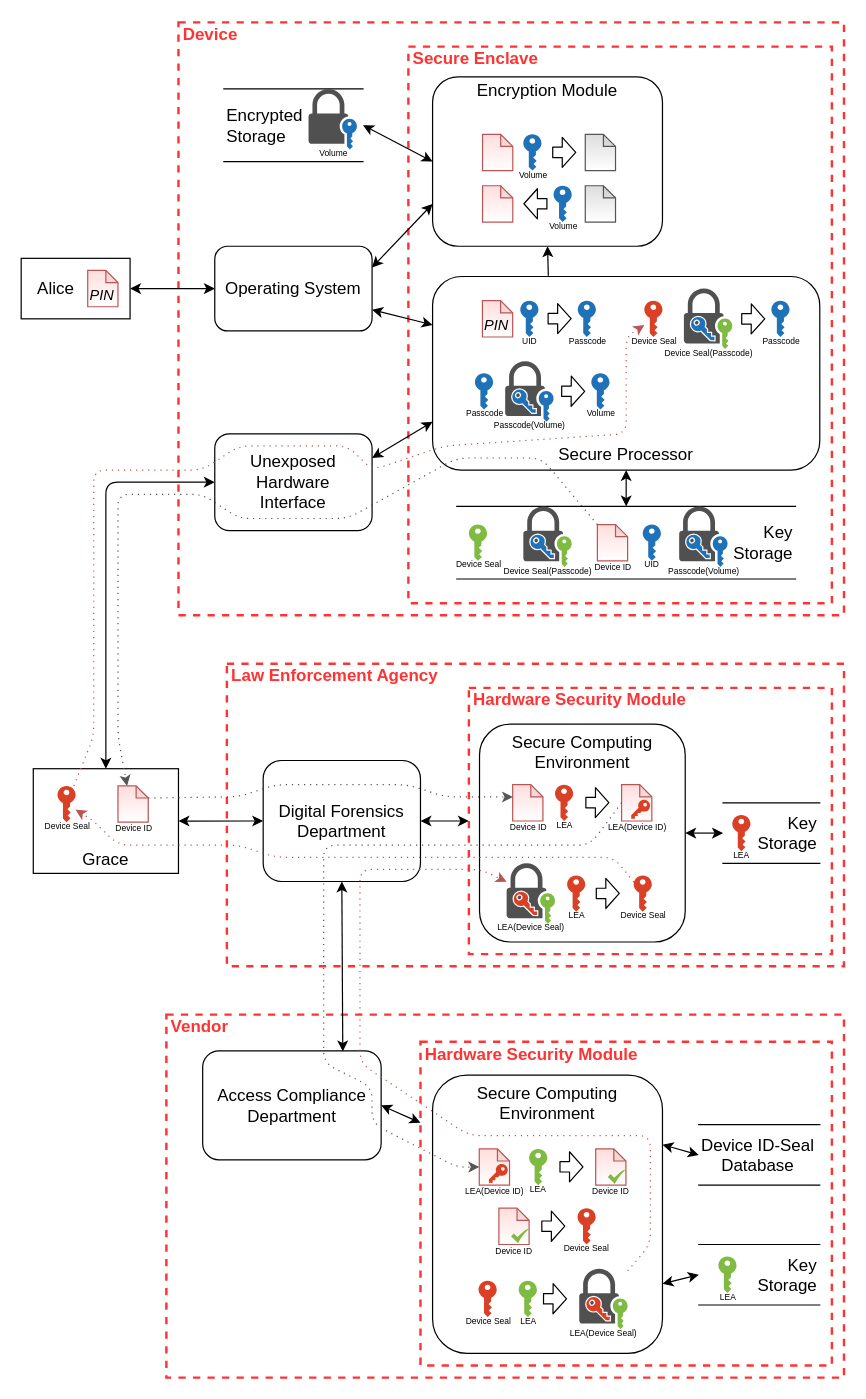
Earlier version of the draw.io diagram dfds/DAR-level-1-crypto-iphone-LDAMSR.drawio (kkredit/confronting-wicked-crypto). Source tidied: cells renumbered, new cells numbered last; positions are measured from the earlier drawing's top-left corner, leaving out a move shared by most shapes. Both pictures are drawn from the tidied source at 121%, with x=0, y=0 at pixel (21, 22).
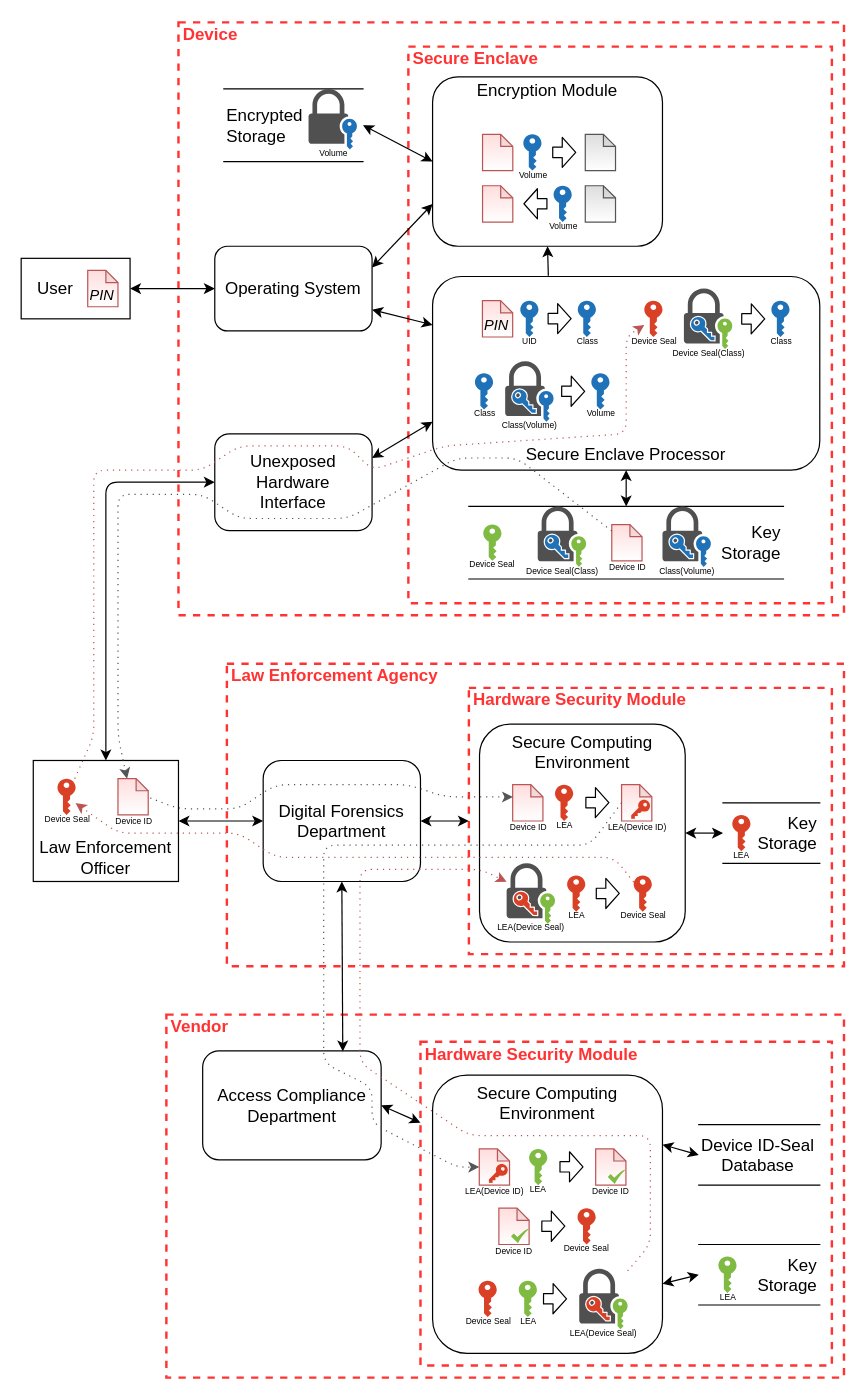
Above is the later version.

Unchanged cells that the change refers to:
```xml
<mxCell id="32" style="group;" parent="1" vertex="1">
  <mxGeometry x="400" y="280" width="40" height="50" as="geometry" />
</mxCell>
<mxCell id="65" style="group;" parent="1" vertex="1">
  <mxGeometry x="547.7" y="220" width="40" height="50" as="geometry" />
</mxCell>
<mxCell id="83" value="&lt;span style=&quot;font-size: 7px&quot;&gt;Device ID&lt;br&gt;&lt;/span&gt;" style="shape=note;html=1;backgroundOutline=1;darkOpacity=0.05;size=10;labelPosition=center;verticalLabelPosition=bottom;align=center;verticalAlign=top;spacingTop=-10;gradientColor=#ffffff;fillColor=#FFDDDD;strokeColor=#BB5555;" parent="1" vertex="1">
  <mxGeometry x="406.2" y="630" width="25" height="30" as="geometry" />
</mxCell>
<mxCell id="110" value="&lt;font style=&quot;font-size: 7px&quot;&gt;Device Seal&lt;br&gt;&lt;/font&gt;" style="shadow=0;dashed=0;html=1;strokeColor=none;labelPosition=center;verticalLabelPosition=bottom;verticalAlign=top;outlineConnect=0;align=center;shape=mxgraph.office.security.key_permissions;fontSize=12;spacing=0;spacingTop=-10;dashPattern=1 4;labelBackgroundColor=none;fillColor=#DA4026;" parent="1" vertex="1">
  <mxGeometry x="506.2" y="705" width="15" height="30" as="geometry" />
</mxCell>
```

The edit, as a diff of the source:
```diff
@@
     <mxCell id="9" value="&lt;blockquote style=&quot;margin: 0 0 0 40px ; border: none ; padding: 0px&quot;&gt;&lt;/blockquote&gt;&lt;span style=&quot;font-size: 14px&quot;&gt;Key&lt;/span&gt;&lt;br&gt;&lt;font style=&quot;font-size: 14px&quot;&gt;Storage&lt;/font&gt;" style="shape=partialRectangle;whiteSpace=wrap;html=1;left=0;right=0;fillColor=none;align=right;" parent="1" vertex="1">
-      <mxGeometry x="360" y="400" width="280" height="60" as="geometry" />
+      <mxGeometry x="370" y="400" width="260" height="60" as="geometry" />
     </mxCell>
-    <mxCell id="10" value="&lt;font style=&quot;font-size: 14px&quot;&gt;&amp;nbsp; &amp;nbsp;Alice&lt;/font&gt;" style="rounded=0;whiteSpace=wrap;html=1;align=left;" parent="1" vertex="1">
+    <mxCell id="10" value="&lt;font style=&quot;font-size: 14px&quot;&gt;&amp;nbsp; &amp;nbsp;User&lt;/font&gt;" style="rounded=0;whiteSpace=wrap;html=1;align=left;" parent="1" vertex="1">
       <mxGeometry y="195" width="90" height="50" as="geometry" />
     </mxCell>
@@
-    <mxCell id="19" value="&lt;font style=&quot;font-size: 7px&quot;&gt;UID&lt;br&gt;&lt;/font&gt;" style="shadow=0;dashed=0;html=1;strokeColor=none;labelPosition=center;verticalLabelPosition=bottom;verticalAlign=top;align=center;shape=mxgraph.office.security.key_permissions;fillColor=#2072B8;fontSize=12;spacing=0;spacingTop=-10;dashPattern=1 4;labelBackgroundColor=none;" parent="1" vertex="1">
-      <mxGeometry x="513.7" y="415" width="15" height="30" as="geometry" />
-    </mxCell>
     <mxCell id="20" style="group;" parent="1" vertex="1">
-      <mxGeometry x="543.8" y="400" width="40" height="50" as="geometry" />
+      <mxGeometry x="530" y="400" width="40" height="50" as="geometry" />
     </mxCell>
-    <mxCell id="21" value="&lt;font style=&quot;font-size: 7px&quot;&gt;Passcode(Volume)&lt;/font&gt;" style="shadow=0;dashed=0;html=1;strokeColor=none;fillColor=#505050;labelPosition=center;verticalLabelPosition=bottom;verticalAlign=top;align=center;shape=mxgraph.office.security.lock_with_key_security_blue;fontSize=12;dashPattern=1 4;labelBackgroundColor=none;spacing=0;spacingTop=-10;" parent="20" vertex="1">
+    <mxCell id="21" value="&lt;font style=&quot;font-size: 7px&quot;&gt;Class(Volume)&lt;/font&gt;" style="shadow=0;dashed=0;html=1;strokeColor=none;fillColor=#505050;labelPosition=center;verticalLabelPosition=bottom;verticalAlign=top;align=center;shape=mxgraph.office.security.lock_with_key_security_blue;fontSize=12;dashPattern=1 4;labelBackgroundColor=none;spacing=0;spacingTop=-10;" parent="20" vertex="1">
       <mxGeometry width="40" height="50" as="geometry" />
     </mxCell>
@@
-    <mxCell id="23" value="&lt;font style=&quot;font-size: 14px&quot;&gt;&lt;br&gt;&lt;br&gt;&lt;br&gt;&lt;br&gt;&lt;br&gt;&lt;br&gt;&lt;br&gt;&lt;br&gt;Secure Processor&lt;/font&gt;" style="rounded=1;whiteSpace=wrap;html=1;align=center;labelPosition=center;verticalLabelPosition=middle;verticalAlign=middle;" parent="1" vertex="1">
+    <mxCell id="23" value="&lt;font style=&quot;font-size: 14px&quot;&gt;&lt;br&gt;&lt;br&gt;&lt;br&gt;&lt;br&gt;&lt;br&gt;&lt;br&gt;&lt;br&gt;&lt;br&gt;Secure Enclave Processor&lt;/font&gt;" style="rounded=1;whiteSpace=wrap;html=1;align=center;labelPosition=center;verticalLabelPosition=middle;verticalAlign=middle;" parent="1" vertex="1">
       <mxGeometry x="340" y="210" width="320" height="160" as="geometry" />
     </mxCell>
@@
-    <mxCell id="29" value="&lt;font style=&quot;font-size: 7px&quot;&gt;Passcode&lt;br&gt;&lt;/font&gt;" style="shadow=0;dashed=0;html=1;strokeColor=none;labelPosition=center;verticalLabelPosition=bottom;verticalAlign=top;align=center;shape=mxgraph.office.security.key_permissions;fillColor=#2072B8;fontSize=12;spacing=0;spacingTop=-10;dashPattern=1 4;labelBackgroundColor=none;" parent="1" vertex="1">
+    <mxCell id="29" value="&lt;font style=&quot;font-size: 7px&quot;&gt;Class&lt;br&gt;&lt;/font&gt;" style="shadow=0;dashed=0;html=1;strokeColor=none;labelPosition=center;verticalLabelPosition=bottom;verticalAlign=top;align=center;shape=mxgraph.office.security.key_permissions;fillColor=#2072B8;fontSize=12;spacing=0;spacingTop=-10;dashPattern=1 4;labelBackgroundColor=none;" parent="1" vertex="1">
       <mxGeometry x="460" y="230" width="15" height="30" as="geometry" />
     </mxCell>
@@
-    <mxCell id="31" value="&lt;font style=&quot;font-size: 7px&quot;&gt;Passcode&lt;br&gt;&lt;/font&gt;" style="shadow=0;dashed=0;html=1;strokeColor=none;labelPosition=center;verticalLabelPosition=bottom;verticalAlign=top;align=center;shape=mxgraph.office.security.key_permissions;fillColor=#2072B8;fontSize=12;spacing=0;spacingTop=-10;dashPattern=1 4;labelBackgroundColor=none;" parent="1" vertex="1">
+    <mxCell id="31" value="&lt;font style=&quot;font-size: 7px&quot;&gt;Class&lt;br&gt;&lt;/font&gt;" style="shadow=0;dashed=0;html=1;strokeColor=none;labelPosition=center;verticalLabelPosition=bottom;verticalAlign=top;align=center;shape=mxgraph.office.security.key_permissions;fillColor=#2072B8;fontSize=12;spacing=0;spacingTop=-10;dashPattern=1 4;labelBackgroundColor=none;" parent="1" vertex="1">
       <mxGeometry x="375" y="290" width="15" height="30" as="geometry" />
     </mxCell>
@@
-    <mxCell id="33" value="&lt;font style=&quot;font-size: 7px&quot;&gt;Passcode(Volume)&lt;/font&gt;" style="shadow=0;dashed=0;html=1;strokeColor=none;fillColor=#505050;labelPosition=center;verticalLabelPosition=bottom;verticalAlign=top;align=center;shape=mxgraph.office.security.lock_with_key_security_blue;fontSize=12;dashPattern=1 4;labelBackgroundColor=none;spacing=0;spacingTop=-10;" parent="32" vertex="1">
+    <mxCell id="33" value="&lt;font style=&quot;font-size: 7px&quot;&gt;Class(Volume)&lt;/font&gt;" style="shadow=0;dashed=0;html=1;strokeColor=none;fillColor=#505050;labelPosition=center;verticalLabelPosition=bottom;verticalAlign=top;align=center;shape=mxgraph.office.security.lock_with_key_security_blue;fontSize=12;dashPattern=1 4;labelBackgroundColor=none;spacing=0;spacingTop=-10;" parent="32" vertex="1">
       <mxGeometry width="40" height="50" as="geometry" />
     </mxCell>
@@
-    <mxCell id="48" value="&lt;span style=&quot;font-size: 14px&quot;&gt;Grace&lt;br&gt;&lt;/span&gt;" style="rounded=0;whiteSpace=wrap;html=1;align=center;verticalAlign=bottom;" parent="1" vertex="1">
-      <mxGeometry x="10" y="616.8" width="120" height="86.5" as="geometry" />
+    <mxCell id="48" value="&lt;span style=&quot;font-size: 14px&quot;&gt;Law Enforcement Officer&lt;br&gt;&lt;/span&gt;" style="rounded=0;whiteSpace=wrap;html=1;align=center;verticalAlign=bottom;" parent="1" vertex="1">
+      <mxGeometry x="10" y="610" width="120" height="100" as="geometry" />
     </mxCell>
@@
     <mxCell id="56" value="&lt;span style=&quot;font-size: 7px&quot;&gt;Device ID&lt;br&gt;&lt;/span&gt;" style="shape=note;html=1;backgroundOutline=1;darkOpacity=0.05;size=10;labelPosition=center;verticalLabelPosition=bottom;align=center;verticalAlign=top;spacingTop=-10;gradientColor=#ffffff;fillColor=#FFDDDD;strokeColor=#BB5555;" parent="1" vertex="1">
-      <mxGeometry x="476.2" y="415" width="25" height="30" as="geometry" />
+      <mxGeometry x="488.1" y="415" width="25" height="30" as="geometry" />
     </mxCell>
     <mxCell id="57" style="endArrow=classic;html=1;fontColor=#FF3333;strokeColor=#555555;dashed=1;dashPattern=1 4;entryX=0;entryY=0;entryDx=7.5;entryDy=0;entryPerimeter=0;" parent="1" edge="1" source="56" target="58">
       <mxGeometry relative="1" as="geometry">
         <Array as="points">
-          <mxPoint x="430" y="360" />
+          <mxPoint x="410" y="360" />
           <mxPoint x="360" y="360" />
           <mxPoint x="270" y="410" />
           <mxPoint x="180" y="410" />
           <mxPoint x="150" y="390" />
           <mxPoint x="80" y="390" />
           <mxPoint x="80" y="590" />
         </Array>
       </mxGeometry>
     </mxCell>
     <mxCell id="58" value="&lt;span style=&quot;font-size: 7px&quot;&gt;Device ID&lt;br&gt;&lt;/span&gt;" style="shape=note;html=1;backgroundOutline=1;darkOpacity=0.05;size=10;labelPosition=center;verticalLabelPosition=bottom;align=center;verticalAlign=top;spacingTop=-10;gradientColor=#ffffff;fillColor=#FFDDDD;strokeColor=#BB5555;" parent="1" vertex="1">
-      <mxGeometry x="80" y="631" width="25" height="30" as="geometry" />
+      <mxGeometry x="80" y="625" width="25" height="30" as="geometry" />
     </mxCell>
@@
     <mxCell id="60" value="&lt;font style=&quot;font-size: 7px&quot;&gt;Device Seal&lt;br&gt;&lt;/font&gt;" style="shadow=0;dashed=0;html=1;strokeColor=none;labelPosition=center;verticalLabelPosition=bottom;verticalAlign=top;outlineConnect=0;align=center;shape=mxgraph.office.security.key_permissions;fontSize=12;spacing=0;spacingTop=-10;dashPattern=1 4;labelBackgroundColor=none;fillColor=#DA4026;" parent="1" vertex="1">
-      <mxGeometry x="30" y="631" width="15" height="30" as="geometry" />
+      <mxGeometry x="30" y="625" width="15" height="30" as="geometry" />
     </mxCell>
     <mxCell id="61" style="group;" parent="1" vertex="1">
-      <mxGeometry x="415" y="400" width="40" height="50" as="geometry" />
+      <mxGeometry x="426.9" y="400" width="40" height="50" as="geometry" />
     </mxCell>
-    <mxCell id="62" value="&lt;span style=&quot;font-size: 7px&quot;&gt;Device Seal(Passcode)&lt;/span&gt;" style="shadow=0;dashed=0;html=1;strokeColor=none;fillColor=#505050;labelPosition=center;verticalLabelPosition=bottom;verticalAlign=top;align=center;shape=mxgraph.office.security.lock_with_key_security_green;spacing=0;spacingTop=-10;" parent="61" vertex="1">
+    <mxCell id="62" value="&lt;span style=&quot;font-size: 7px&quot;&gt;Device Seal(Class)&lt;/span&gt;" style="shadow=0;dashed=0;html=1;strokeColor=none;fillColor=#505050;labelPosition=center;verticalLabelPosition=bottom;verticalAlign=top;align=center;shape=mxgraph.office.security.lock_with_key_security_green;spacing=0;spacingTop=-10;" parent="61" vertex="1">
       <mxGeometry width="40" height="50" as="geometry" />
     </mxCell>
@@
     <mxCell id="64" value="&lt;font style=&quot;font-size: 7px&quot;&gt;Device Seal&lt;/font&gt;" style="shadow=0;dashed=0;html=1;strokeColor=none;labelPosition=center;verticalLabelPosition=bottom;verticalAlign=top;align=center;shape=mxgraph.office.security.key_permissions;fillColor=#7FBA42;horizontal=1;spacing=0;spacingTop=-10;" parent="1" vertex="1">
-      <mxGeometry x="370" y="415" width="15" height="30" as="geometry" />
+      <mxGeometry x="381.9" y="415" width="15" height="30" as="geometry" />
     </mxCell>
@@
-    <mxCell id="66" value="&lt;span style=&quot;font-size: 7px&quot;&gt;Device Seal(Passcode)&lt;/span&gt;" style="shadow=0;dashed=0;html=1;strokeColor=none;fillColor=#505050;labelPosition=center;verticalLabelPosition=bottom;verticalAlign=top;align=center;shape=mxgraph.office.security.lock_with_key_security_green;spacing=0;spacingTop=-10;" parent="65" vertex="1">
+    <mxCell id="66" value="&lt;span style=&quot;font-size: 7px&quot;&gt;Device Seal(Class)&lt;/span&gt;" style="shadow=0;dashed=0;html=1;strokeColor=none;fillColor=#505050;labelPosition=center;verticalLabelPosition=bottom;verticalAlign=top;align=center;shape=mxgraph.office.security.lock_with_key_security_green;spacing=0;spacingTop=-10;" parent="65" vertex="1">
       <mxGeometry width="40" height="50" as="geometry" />
     </mxCell>
@@
-    <mxCell id="69" value="&lt;font style=&quot;font-size: 7px&quot;&gt;Passcode&lt;br&gt;&lt;/font&gt;" style="shadow=0;dashed=0;html=1;strokeColor=none;labelPosition=center;verticalLabelPosition=bottom;verticalAlign=top;align=center;shape=mxgraph.office.security.key_permissions;fillColor=#2072B8;fontSize=12;spacing=0;spacingTop=-10;dashPattern=1 4;labelBackgroundColor=none;" parent="1" vertex="1">
+    <mxCell id="69" value="&lt;font style=&quot;font-size: 7px&quot;&gt;Class&lt;br&gt;&lt;/font&gt;" style="shadow=0;dashed=0;html=1;strokeColor=none;labelPosition=center;verticalLabelPosition=bottom;verticalAlign=top;align=center;shape=mxgraph.office.security.key_permissions;fillColor=#2072B8;fontSize=12;spacing=0;spacingTop=-10;dashPattern=1 4;labelBackgroundColor=none;" parent="1" vertex="1">
       <mxGeometry x="620" y="230" width="15" height="30" as="geometry" />
     </mxCell>
@@
-    <mxCell id="111" style="endArrow=classic;html=1;strokeColor=#555555;dashed=1;dashPattern=1 4;exitX=0;exitY=0;exitDx=25;exitDy=10;exitPerimeter=0;entryX=0.009;entryY=0.34;entryDx=0;entryDy=0;entryPerimeter=0;" parent="1" edge="1" source="58" target="83">
+    <mxCell id="111" style="endArrow=classic;html=1;strokeColor=#555555;dashed=1;dashPattern=1 4;exitX=1.067;exitY=0.533;exitDx=0;exitDy=0;exitPerimeter=0;entryX=0.009;entryY=0.34;entryDx=0;entryDy=0;entryPerimeter=0;" parent="1" edge="1" source="58" target="83">
       <mxGeometry relative="1" as="geometry">
         <Array as="points">
-          <mxPoint x="180" y="640" />
+          <mxPoint x="130" y="650" />
+          <mxPoint x="180" y="650" />
           <mxPoint x="210" y="630" />
           <mxPoint x="320" y="630" />
           <mxPoint x="350" y="640" />
         </Array>
       </mxGeometry>
     </mxCell>
@@
     <mxCell id="114" style="endArrow=classic;html=1;dashed=1;dashPattern=1 4;strokeColor=#BB5555;" parent="1" edge="1" source="110" target="60">
       <mxGeometry relative="1" as="geometry">
         <Array as="points">
           <mxPoint x="490" y="690" />
           <mxPoint x="380" y="690" />
           <mxPoint x="210" y="690" />
-          <mxPoint x="180" y="680" />
-          <mxPoint x="80" y="680" />
-          <mxPoint x="60" y="660" />
+          <mxPoint x="180" y="670" />
+          <mxPoint x="80" y="670" />
         </Array>
       </mxGeometry>
     </mxCell>
```
